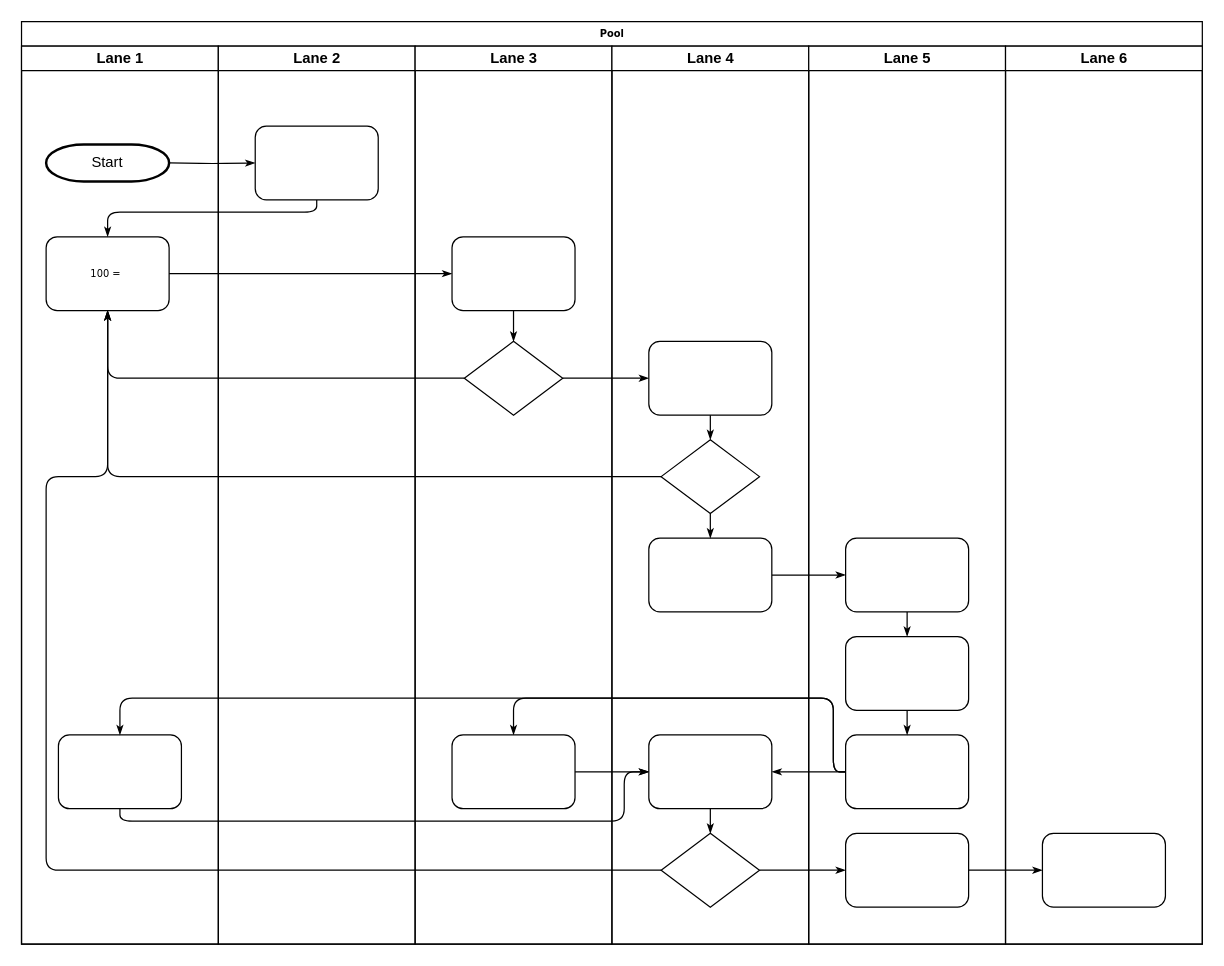
muthiakansa/diagram.py keeps this draw.io diagram as page "Page-1" (1 of 2) of Untitled Diagram.drawio. Above is the earlier version. Source tidied: cells renumbered, new cells numbered last; positions are measured from the earlier drawing's top-left corner, leaving out a move shared by most shapes. Both pictures are drawn from the tidied source at 123%, with x=0, y=0 at pixel (21, 21).
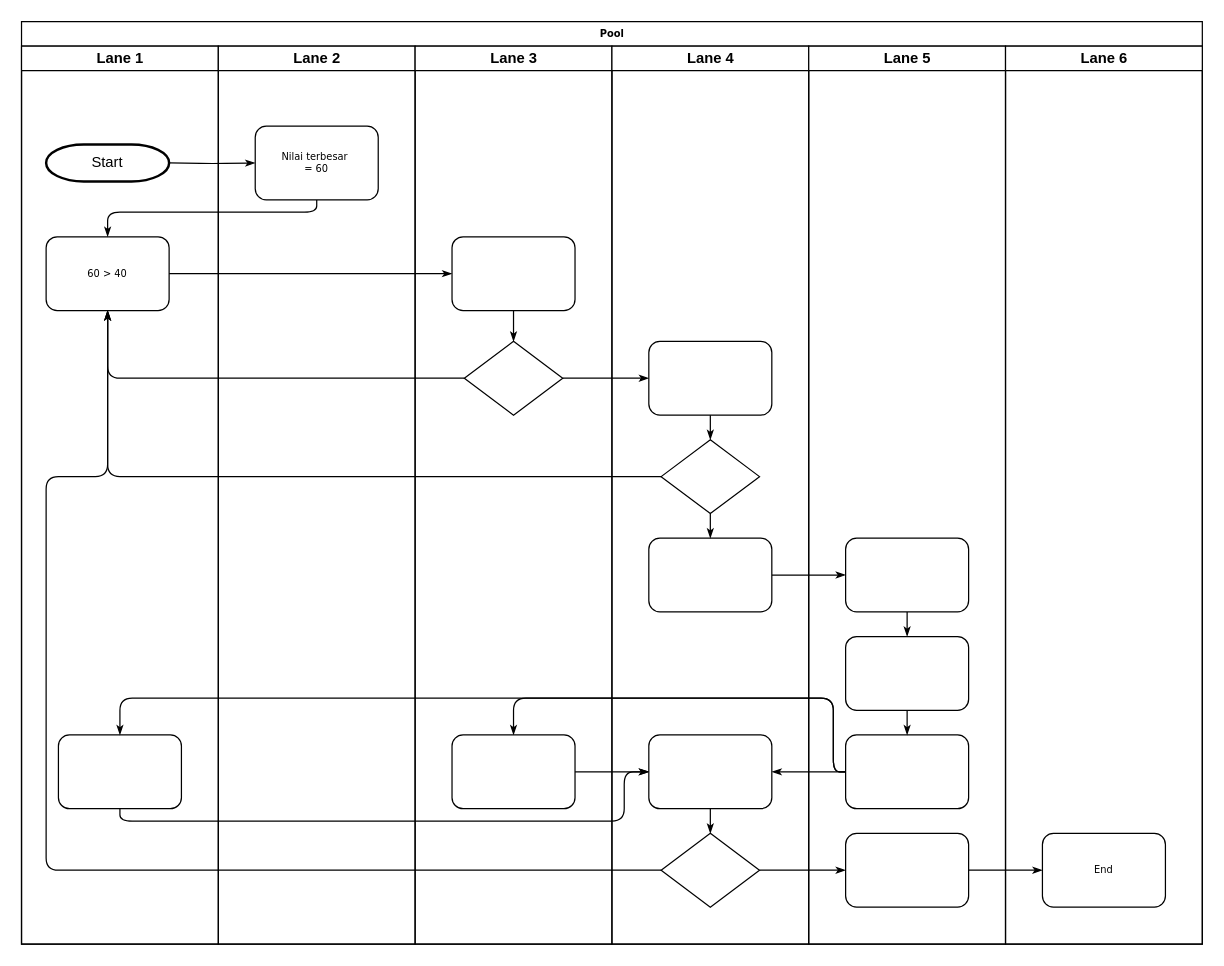
After the change.

Unchanged cells that the change refers to:
```xml
<mxCell id="3" value="Lane 1" style="swimlane;html=1;startSize=20;" parent="2" vertex="1">
  <mxGeometry y="20" width="160" height="730" as="geometry" />
</mxCell>
<mxCell id="22" value="Lane 2" style="swimlane;html=1;startSize=20;" parent="2" vertex="1">
  <mxGeometry x="160" y="20" width="160" height="730" as="geometry" />
</mxCell>
<mxCell id="45" value="Lane 6" style="swimlane;html=1;startSize=20;" parent="2" vertex="1">
  <mxGeometry x="800" y="20" width="160" height="730" as="geometry" />
</mxCell>
```

Change to the diagram source:
```diff
@@
-    <mxCell id="4" value="100 =&amp;nbsp;" style="rounded=1;whiteSpace=wrap;html=1;shadow=0;labelBackgroundColor=none;strokeWidth=1;fontFamily=Verdana;fontSize=8;align=center;" parent="3" vertex="1">
+    <mxCell id="4" value="60 &amp;gt; 40" style="rounded=1;whiteSpace=wrap;html=1;shadow=0;labelBackgroundColor=none;strokeWidth=1;fontFamily=Verdana;fontSize=8;align=center;" parent="3" vertex="1">
       <mxGeometry x="20" y="155" width="100" height="60" as="geometry" />
     </mxCell>
@@
-    <mxCell id="23" style="rounded=1;whiteSpace=wrap;html=1;shadow=0;labelBackgroundColor=none;strokeWidth=1;fontFamily=Verdana;fontSize=8;align=center;" parent="22" vertex="1">
+    <mxCell id="23" value="Nilai terbesar&amp;nbsp;&lt;div&gt;= 60&lt;/div&gt;" style="rounded=1;whiteSpace=wrap;html=1;shadow=0;labelBackgroundColor=none;strokeWidth=1;fontFamily=Verdana;fontSize=8;align=center;" parent="22" vertex="1">
       <mxGeometry x="30" y="65" width="100" height="60" as="geometry" />
     </mxCell>
@@
-    <mxCell id="46" style="rounded=1;whiteSpace=wrap;html=1;shadow=0;labelBackgroundColor=none;strokeWidth=1;fontFamily=Verdana;fontSize=8;align=center;" parent="45" vertex="1">
+    <mxCell id="46" value="End" style="rounded=1;whiteSpace=wrap;html=1;shadow=0;labelBackgroundColor=none;strokeWidth=1;fontFamily=Verdana;fontSize=8;align=center;" parent="45" vertex="1">
       <mxGeometry x="30" y="640" width="100" height="60" as="geometry" />
     </mxCell>
```
